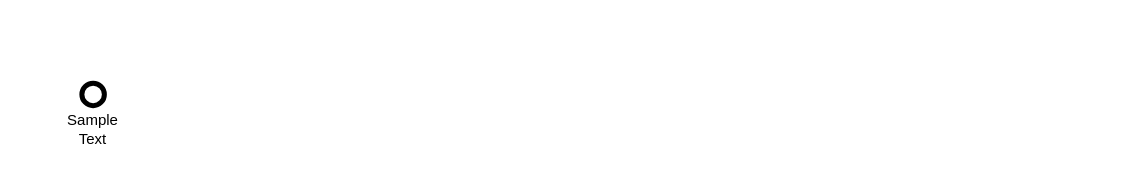
The draw.io diagram examples/inspect.drawio in GanizaniSitara/drawio_roadmaps, before the edit. Source tidied: cells renumbered, new cells numbered last; positions are measured from the earlier drawing's top-left corner, leaving out a move shared by most shapes. Both pictures are drawn from the tidied source at 125%, with x=0, y=0 at pixel (81, 82).
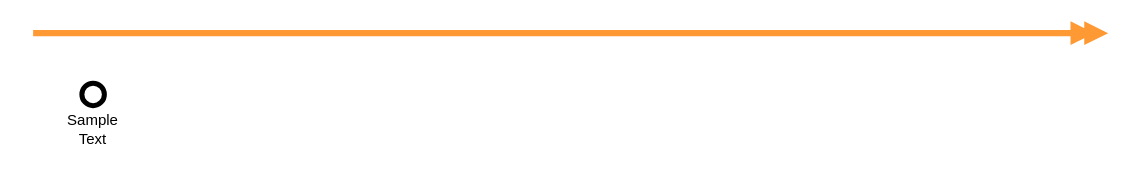
The same diagram, later.

Commit message (it also covers changes not shown here):
Drawio improvemnets, CSV Loader

Diff of the diagram source:
```diff
@@
 <mxGraphModel>
   <root>
     <mxCell id="0" />
     <mxCell id="1" parent="0" />
     <mxCell id="2" value="Sample Text" style="ellipse;whiteSpace=wrap;html=1;strokeWidth=4;spacingTop=55;fontSize=12;fontFamily=Helvetica;" parent="1" vertex="1">
       <mxGeometry width="18" height="18" as="geometry" />
     </mxCell>
+    <mxCell id="3" style="strokeColor=#FF9933;strokeWidth=5;endArrow=doubleBlock;endFill=1;" parent="1" edge="1">
+      <mxGeometry relative="1" as="geometry">
+        <mxPoint x="-39" y="-40" as="sourcePoint" />
+        <mxPoint x="821" y="-40" as="targetPoint" />
+      </mxGeometry>
+    </mxCell>
   </root>
 </mxGraphModel>
```
